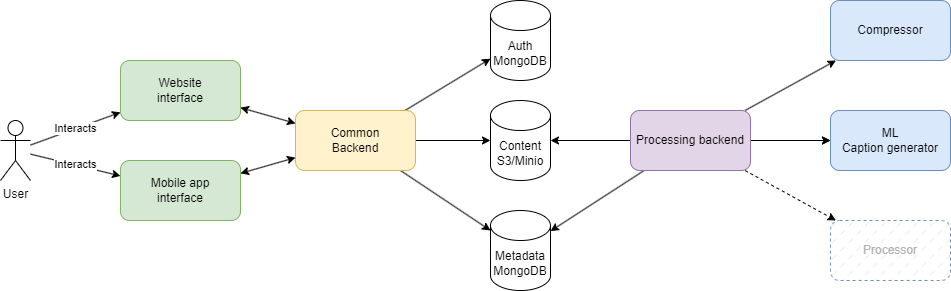
Earlier version of the draw.io export resources/masters-sem-2.drawio.png (GheorgheMorari/PBL-Master-sem2). Source tidied: cells renumbered, new cells last; positions are measured from the earlier drawing's top-left corner, leaving out a move shared by most shapes. Its diagram source:
```xml
<mxGraphModel>
  <root>
    <mxCell id="0" />
    <mxCell id="1" parent="0" />
    <mxCell id="2" value="Interacts" style="rounded=0;jettySize=auto;html=1;" parent="1" edge="1" source="4" target="6">
      <mxGeometry relative="1" as="geometry" />
    </mxCell>
    <mxCell id="3" value="Interacts" style="rounded=0;jettySize=auto;html=1;" parent="1" edge="1" source="4" target="8">
      <mxGeometry relative="1" as="geometry" />
    </mxCell>
    <mxCell id="4" value="User" style="shape=umlActor;verticalLabelPosition=bottom;verticalAlign=top;html=1;outlineConnect=0;" parent="1" vertex="1">
      <mxGeometry y="120" width="30" height="60" as="geometry" />
    </mxCell>
    <mxCell id="5" style="rounded=0;jettySize=auto;html=1;startArrow=classic;startFill=1;" parent="1" edge="1" source="6" target="12">
      <mxGeometry relative="1" as="geometry" />
    </mxCell>
    <mxCell id="6" value="Website &lt;br&gt;interface" style="rounded=1;whiteSpace=wrap;html=1;fillColor=#d5e8d4;strokeColor=#82b366;" parent="1" vertex="1">
      <mxGeometry x="120" y="60" width="120" height="60" as="geometry" />
    </mxCell>
    <mxCell id="7" style="rounded=0;jettySize=auto;html=1;startArrow=classic;startFill=1;" parent="1" edge="1" source="8" target="12">
      <mxGeometry relative="1" as="geometry" />
    </mxCell>
    <mxCell id="8" value="Mobile app &lt;br&gt;interface" style="rounded=1;whiteSpace=wrap;html=1;fillColor=#d5e8d4;strokeColor=#82b366;" parent="1" vertex="1">
      <mxGeometry x="120" y="160" width="120" height="60" as="geometry" />
    </mxCell>
    <mxCell id="9" style="rounded=0;jettySize=auto;html=1;" parent="1" edge="1" source="12" target="13">
      <mxGeometry relative="1" as="geometry" />
    </mxCell>
    <mxCell id="10" style="rounded=0;jettySize=auto;html=1;" parent="1" edge="1" source="12" target="14">
      <mxGeometry relative="1" as="geometry" />
    </mxCell>
    <mxCell id="11" style="rounded=0;jettySize=auto;html=1;" parent="1" edge="1" source="12" target="15">
      <mxGeometry relative="1" as="geometry" />
    </mxCell>
    <mxCell id="12" value="Common&lt;br&gt;Backend" style="rounded=1;whiteSpace=wrap;html=1;fillColor=#fff2cc;strokeColor=#d6b656;" parent="1" vertex="1">
      <mxGeometry x="295" y="110" width="120" height="60" as="geometry" />
    </mxCell>
    <mxCell id="13" value="Auth&lt;br&gt;MongoDB" style="shape=cylinder3;whiteSpace=wrap;html=1;boundedLbl=1;backgroundOutline=1;size=15;" parent="1" vertex="1">
      <mxGeometry x="490" width="60" height="80" as="geometry" />
    </mxCell>
    <mxCell id="14" value="Content&lt;br&gt;S3/Minio" style="shape=cylinder3;whiteSpace=wrap;html=1;boundedLbl=1;backgroundOutline=1;size=15;" parent="1" vertex="1">
      <mxGeometry x="490" y="100" width="60" height="80" as="geometry" />
    </mxCell>
    <mxCell id="15" value="Metadata&lt;br&gt;MongoDB" style="shape=cylinder3;whiteSpace=wrap;html=1;boundedLbl=1;backgroundOutline=1;size=15;" parent="1" vertex="1">
      <mxGeometry x="490" y="210" width="60" height="80" as="geometry" />
    </mxCell>
    <mxCell id="16" style="edgeStyle=orthogonalEdgeStyle;rounded=0;jettySize=auto;html=1;" parent="1" edge="1" source="22" target="14">
      <mxGeometry relative="1" as="geometry" />
    </mxCell>
    <mxCell id="17" style="rounded=0;jettySize=auto;html=1;" parent="1" edge="1" source="22" target="15">
      <mxGeometry relative="1" as="geometry" />
    </mxCell>
    <mxCell id="18" style="edgeStyle=orthogonalEdgeStyle;rounded=0;jettySize=auto;html=1;" parent="1" edge="1" source="22" target="23">
      <mxGeometry relative="1" as="geometry" />
    </mxCell>
    <mxCell id="19" style="edgeStyle=orthogonalEdgeStyle;rounded=0;jettySize=auto;html=1;" parent="1" edge="1" source="22" target="23">
      <mxGeometry relative="1" as="geometry" />
    </mxCell>
    <mxCell id="20" style="rounded=0;jettySize=auto;html=1;" parent="1" edge="1" source="22" target="24">
      <mxGeometry relative="1" as="geometry" />
    </mxCell>
    <mxCell id="21" style="rounded=0;jettySize=auto;html=1;dashed=1;" parent="1" edge="1" source="22" target="25">
      <mxGeometry relative="1" as="geometry" />
    </mxCell>
    <mxCell id="22" value="Processing backend" style="rounded=1;whiteSpace=wrap;html=1;fillColor=#e1d5e7;strokeColor=#9673a6;" parent="1" vertex="1">
      <mxGeometry x="630" y="110" width="120" height="60" as="geometry" />
    </mxCell>
    <mxCell id="23" value="ML &lt;br&gt;Caption generator" style="rounded=1;whiteSpace=wrap;html=1;fillColor=#dae8fc;strokeColor=#6c8ebf;" parent="1" vertex="1">
      <mxGeometry x="830" y="110" width="120" height="60" as="geometry" />
    </mxCell>
    <mxCell id="24" value="Compressor" style="rounded=1;whiteSpace=wrap;html=1;fillColor=#dae8fc;strokeColor=#6c8ebf;" parent="1" vertex="1">
      <mxGeometry x="830" width="120" height="60" as="geometry" />
    </mxCell>
    <mxCell id="25" value="&lt;font color=&quot;#b3b3b3&quot;&gt;Processor&lt;br&gt;&lt;/font&gt;" style="rounded=1;whiteSpace=wrap;html=1;fillColor=#dae8fc;strokeColor=#6c8ebf;fillStyle=dashed;dashed=1;" parent="1" vertex="1">
      <mxGeometry x="830" y="220" width="120" height="60" as="geometry" />
    </mxCell>
  </root>
</mxGraphModel>
```
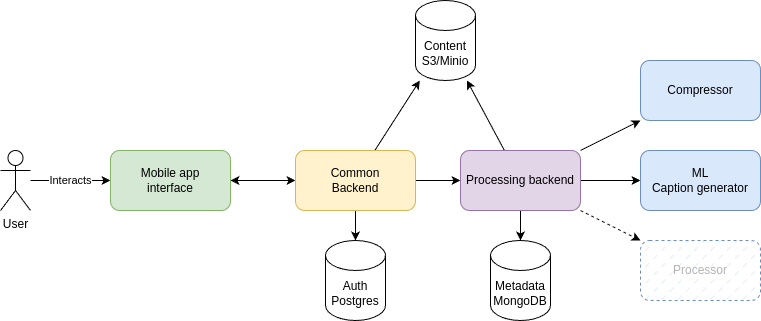
The same file after the commit.

Change to the diagram source:
```diff
@@ -2,26 +2,17 @@
   <root>
     <mxCell id="0" />
     <mxCell id="1" parent="0" />
-    <mxCell id="2" value="Interacts" style="rounded=0;jettySize=auto;html=1;" parent="1" edge="1" source="4" target="6">
-      <mxGeometry relative="1" as="geometry" />
-    </mxCell>
     <mxCell id="3" value="Interacts" style="rounded=0;jettySize=auto;html=1;" parent="1" edge="1" source="4" target="8">
       <mxGeometry relative="1" as="geometry" />
     </mxCell>
     <mxCell id="4" value="User" style="shape=umlActor;verticalLabelPosition=bottom;verticalAlign=top;html=1;outlineConnect=0;" parent="1" vertex="1">
-      <mxGeometry y="120" width="30" height="60" as="geometry" />
+      <mxGeometry y="110" width="30" height="60" as="geometry" />
     </mxCell>
-    <mxCell id="5" style="rounded=0;jettySize=auto;html=1;startArrow=classic;startFill=1;" parent="1" edge="1" source="6" target="12">
-      <mxGeometry relative="1" as="geometry" />
-    </mxCell>
-    <mxCell id="6" value="Website &lt;br&gt;interface" style="rounded=1;whiteSpace=wrap;html=1;fillColor=#d5e8d4;strokeColor=#82b366;" parent="1" vertex="1">
-      <mxGeometry x="120" y="60" width="120" height="60" as="geometry" />
-    </mxCell>
     <mxCell id="7" style="rounded=0;jettySize=auto;html=1;startArrow=classic;startFill=1;" parent="1" edge="1" source="8" target="12">
       <mxGeometry relative="1" as="geometry" />
     </mxCell>
     <mxCell id="8" value="Mobile app &lt;br&gt;interface" style="rounded=1;whiteSpace=wrap;html=1;fillColor=#d5e8d4;strokeColor=#82b366;" parent="1" vertex="1">
-      <mxGeometry x="120" y="160" width="120" height="60" as="geometry" />
+      <mxGeometry x="110" y="110" width="120" height="60" as="geometry" />
     </mxCell>
     <mxCell id="9" style="rounded=0;jettySize=auto;html=1;" parent="1" edge="1" source="12" target="13">
       <mxGeometry relative="1" as="geometry" />
@@ -29,24 +20,21 @@
     <mxCell id="10" style="rounded=0;jettySize=auto;html=1;" parent="1" edge="1" source="12" target="14">
       <mxGeometry relative="1" as="geometry" />
     </mxCell>
-    <mxCell id="11" style="rounded=0;jettySize=auto;html=1;" parent="1" edge="1" source="12" target="15">
-      <mxGeometry relative="1" as="geometry" />
-    </mxCell>
+    <mxCell id="26" style="edgeStyle=orthogonalEdgeStyle;rounded=0;jettySize=auto;html=1;entryX=0;entryY=0.5;entryDx=0;entryDy=0;" parent="1" edge="1" source="12" target="22">
+      <mxGeometry relative="1" as="geometry" />
+    </mxCell>
     <mxCell id="12" value="Common&lt;br&gt;Backend" style="rounded=1;whiteSpace=wrap;html=1;fillColor=#fff2cc;strokeColor=#d6b656;" parent="1" vertex="1">
       <mxGeometry x="295" y="110" width="120" height="60" as="geometry" />
     </mxCell>
-    <mxCell id="13" value="Auth&lt;br&gt;MongoDB" style="shape=cylinder3;whiteSpace=wrap;html=1;boundedLbl=1;backgroundOutline=1;size=15;" parent="1" vertex="1">
-      <mxGeometry x="490" width="60" height="80" as="geometry" />
+    <mxCell id="13" value="Auth&lt;br&gt;Postgres" style="shape=cylinder3;whiteSpace=wrap;html=1;boundedLbl=1;backgroundOutline=1;size=15;" parent="1" vertex="1">
+      <mxGeometry x="325" y="200" width="60" height="80" as="geometry" />
     </mxCell>
     <mxCell id="14" value="Content&lt;br&gt;S3/Minio" style="shape=cylinder3;whiteSpace=wrap;html=1;boundedLbl=1;backgroundOutline=1;size=15;" parent="1" vertex="1">
-      <mxGeometry x="490" y="100" width="60" height="80" as="geometry" />
+      <mxGeometry x="415" y="-40" width="60" height="80" as="geometry" />
     </mxCell>
     <mxCell id="15" value="Metadata&lt;br&gt;MongoDB" style="shape=cylinder3;whiteSpace=wrap;html=1;boundedLbl=1;backgroundOutline=1;size=15;" parent="1" vertex="1">
-      <mxGeometry x="490" y="210" width="60" height="80" as="geometry" />
+      <mxGeometry x="490" y="200" width="60" height="80" as="geometry" />
     </mxCell>
-    <mxCell id="16" style="edgeStyle=orthogonalEdgeStyle;rounded=0;jettySize=auto;html=1;" parent="1" edge="1" source="22" target="14">
-      <mxGeometry relative="1" as="geometry" />
-    </mxCell>
     <mxCell id="17" style="rounded=0;jettySize=auto;html=1;" parent="1" edge="1" source="22" target="15">
       <mxGeometry relative="1" as="geometry" />
     </mxCell>
@@ -62,17 +50,20 @@
     <mxCell id="21" style="rounded=0;jettySize=auto;html=1;dashed=1;" parent="1" edge="1" source="22" target="25">
       <mxGeometry relative="1" as="geometry" />
     </mxCell>
+    <mxCell id="16" style="rounded=0;jettySize=auto;html=1;" parent="1" edge="1" source="22" target="14">
+      <mxGeometry relative="1" as="geometry" />
+    </mxCell>
     <mxCell id="22" value="Processing backend" style="rounded=1;whiteSpace=wrap;html=1;fillColor=#e1d5e7;strokeColor=#9673a6;" parent="1" vertex="1">
-      <mxGeometry x="630" y="110" width="120" height="60" as="geometry" />
+      <mxGeometry x="460" y="110" width="120" height="60" as="geometry" />
     </mxCell>
     <mxCell id="23" value="ML &lt;br&gt;Caption generator" style="rounded=1;whiteSpace=wrap;html=1;fillColor=#dae8fc;strokeColor=#6c8ebf;" parent="1" vertex="1">
-      <mxGeometry x="830" y="110" width="120" height="60" as="geometry" />
+      <mxGeometry x="640" y="110" width="120" height="60" as="geometry" />
     </mxCell>
     <mxCell id="24" value="Compressor" style="rounded=1;whiteSpace=wrap;html=1;fillColor=#dae8fc;strokeColor=#6c8ebf;" parent="1" vertex="1">
-      <mxGeometry x="830" width="120" height="60" as="geometry" />
+      <mxGeometry x="640" y="20" width="120" height="60" as="geometry" />
     </mxCell>
     <mxCell id="25" value="&lt;font color=&quot;#b3b3b3&quot;&gt;Processor&lt;br&gt;&lt;/font&gt;" style="rounded=1;whiteSpace=wrap;html=1;fillColor=#dae8fc;strokeColor=#6c8ebf;fillStyle=dashed;dashed=1;" parent="1" vertex="1">
-      <mxGeometry x="830" y="220" width="120" height="60" as="geometry" />
+      <mxGeometry x="640" y="200" width="120" height="60" as="geometry" />
     </mxCell>
   </root>
 </mxGraphModel>
```
